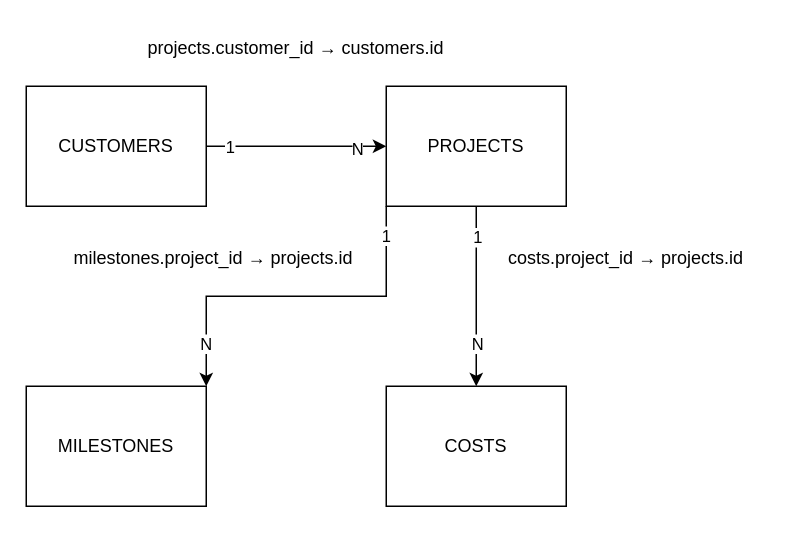
Earlier version of the draw.io diagram assets/erd.drawio (itsrafcio/implementation-sql-month1). Source tidied: cells renumbered, new cells numbered last; positions are measured from the earlier drawing's top-left corner, leaving out a move shared by most shapes. Both pictures are drawn from the tidied source at 150%, with x=0, y=0 at pixel (26, 26).
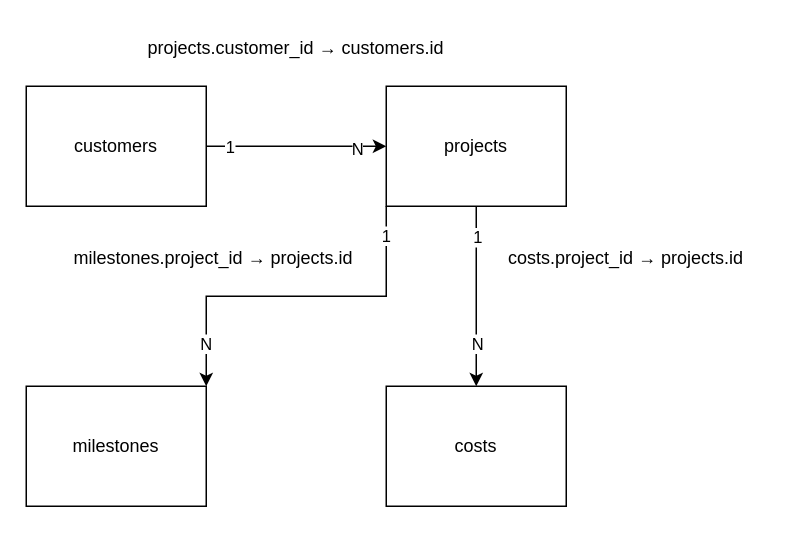
The same page after the edit.

Commit message (it also covers changes not shown here):
docs: normalize ERD entity naming (uppercase to lowercase)

What changed in the source:
```diff
@@
-    <mxCell id="5" value="CUSTOMERS" style="rounded=0;whiteSpace=wrap;html=1;" parent="1" vertex="1">
+    <mxCell id="5" value="customers" style="rounded=0;whiteSpace=wrap;html=1;" parent="1" vertex="1">
       <mxGeometry y="40" width="120" height="80" as="geometry" />
     </mxCell>
-    <mxCell id="6" value="MILESTONES" style="rounded=0;whiteSpace=wrap;html=1;" parent="1" vertex="1">
+    <mxCell id="6" value="milestones" style="rounded=0;whiteSpace=wrap;html=1;" parent="1" vertex="1">
       <mxGeometry y="240" width="120" height="80" as="geometry" />
     </mxCell>
@@
-    <mxCell id="13" value="PROJECTS" style="rounded=0;whiteSpace=wrap;html=1;" parent="1" vertex="1">
+    <mxCell id="13" value="projects" style="rounded=0;whiteSpace=wrap;html=1;" parent="1" vertex="1">
       <mxGeometry x="240" y="40" width="120" height="80" as="geometry" />
     </mxCell>
-    <mxCell id="14" value="COSTS" style="rounded=0;whiteSpace=wrap;html=1;" parent="1" vertex="1">
+    <mxCell id="14" value="costs" style="rounded=0;whiteSpace=wrap;html=1;" parent="1" vertex="1">
       <mxGeometry x="240" y="240" width="120" height="80" as="geometry" />
     </mxCell>
```
